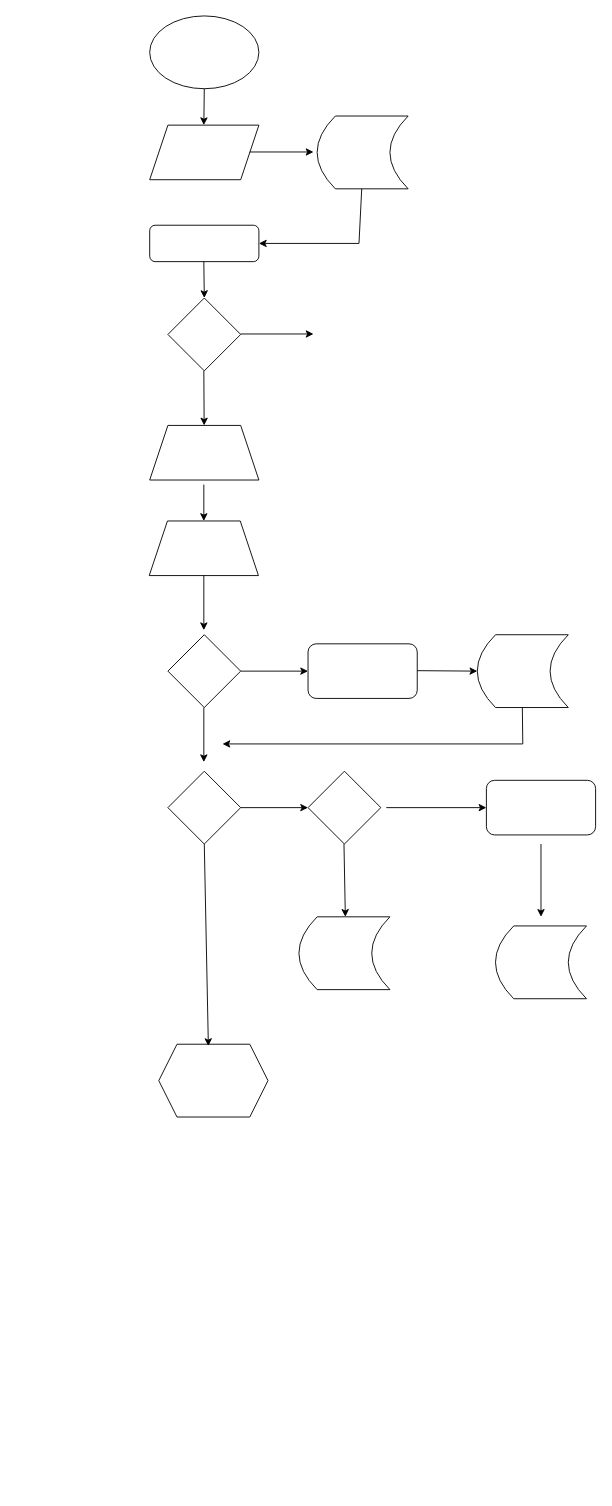
The draw.io diagram Diagrama sem nome.drawio in AlmirNet/back-end-logica-programcao-situacao-problema-, before the edit. Source tidied: cells renumbered, new cells numbered last; positions are measured from the earlier drawing's top-left corner, leaving out a move shared by most shapes. Both pictures are drawn from the tidied source at 91%, with x=0, y=0 at pixel (149, 15).
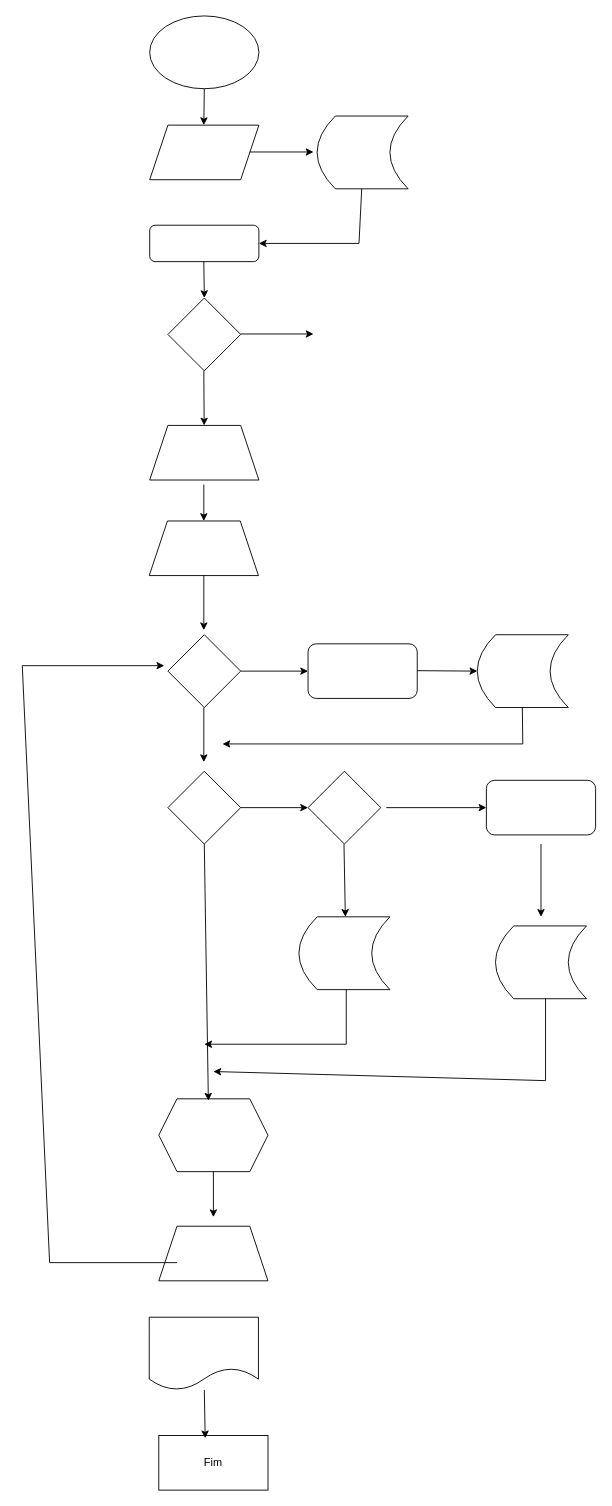
The same diagram, later.

Unchanged cells that the change refers to:
```xml
<mxCell id="17" style="rhombus;whiteSpace=wrap;html=1;" parent="1" vertex="1">
  <mxGeometry x="20" y="680" width="80" height="80" as="geometry" />
</mxCell>
```

Diff of the diagram source:
```diff
@@
     <mxCell id="31" style="shape=hexagon;perimeter=hexagonPerimeter2;whiteSpace=wrap;html=1;fixedSize=1;" parent="1" vertex="1">
-      <mxGeometry x="10" y="1130" width="120" height="80" as="geometry" />
+      <mxGeometry x="10" y="1190" width="120" height="80" as="geometry" />
     </mxCell>
@@
+    <mxCell id="35" style="endArrow=classic;html=1;rounded=0;" parent="1" edge="1">
+      <mxGeometry relative="1" as="geometry">
+        <mxPoint x="216" y="1070" as="sourcePoint" />
+        <mxPoint x="60" y="1130" as="targetPoint" />
+        <Array as="points">
+          <mxPoint x="216" y="1130" />
+        </Array>
+      </mxGeometry>
+    </mxCell>
+    <mxCell id="36" style="endArrow=classic;html=1;rounded=0;" parent="1" edge="1">
+      <mxGeometry relative="1" as="geometry">
+        <mxPoint x="435" y="1080" as="sourcePoint" />
+        <mxPoint x="70" y="1160" as="targetPoint" />
+        <Array as="points">
+          <mxPoint x="435" y="1170" />
+        </Array>
+      </mxGeometry>
+    </mxCell>
+    <mxCell id="37" style="shape=trapezoid;perimeter=trapezoidPerimeter;whiteSpace=wrap;html=1;fixedSize=1;" parent="1" vertex="1">
+      <mxGeometry x="10" y="1330" width="120" height="60" as="geometry" />
+    </mxCell>
+    <mxCell id="38" style="endArrow=classic;html=1;rounded=0;" parent="1" edge="1">
+      <mxGeometry relative="1" as="geometry">
+        <mxPoint x="70" y="1270" as="sourcePoint" />
+        <mxPoint x="70" y="1320" as="targetPoint" />
+      </mxGeometry>
+    </mxCell>
+    <mxCell id="39" style="shape=document;whiteSpace=wrap;html=1;boundedLbl=1;" parent="1" vertex="1">
+      <mxGeometry x="-0.5" y="1430" width="120" height="80" as="geometry" />
+    </mxCell>
+    <mxCell id="40" value="Fim" style="rounded=0;whiteSpace=wrap;html=1;" parent="1" vertex="1">
+      <mxGeometry x="10" y="1560" width="120" height="60" as="geometry" />
+    </mxCell>
+    <mxCell id="41" style="endArrow=classic;html=1;rounded=0;entryX=0.425;entryY=0.05;entryDx=0;entryDy=0;entryPerimeter=0;" parent="1" edge="1" target="40">
+      <mxGeometry relative="1" as="geometry">
+        <mxPoint x="60" y="1510" as="sourcePoint" />
+      </mxGeometry>
+    </mxCell>
+    <mxCell id="42" style="endArrow=classic;html=1;rounded=0;entryX=-0.05;entryY=0.425;entryDx=0;entryDy=0;entryPerimeter=0;" parent="1" edge="1" target="17">
+      <mxGeometry relative="1" as="geometry">
+        <mxPoint x="30" y="1370" as="sourcePoint" />
+        <Array as="points">
+          <mxPoint x="-110" y="1370" />
+          <mxPoint x="-140" y="714" />
+        </Array>
+      </mxGeometry>
+    </mxCell>
```
